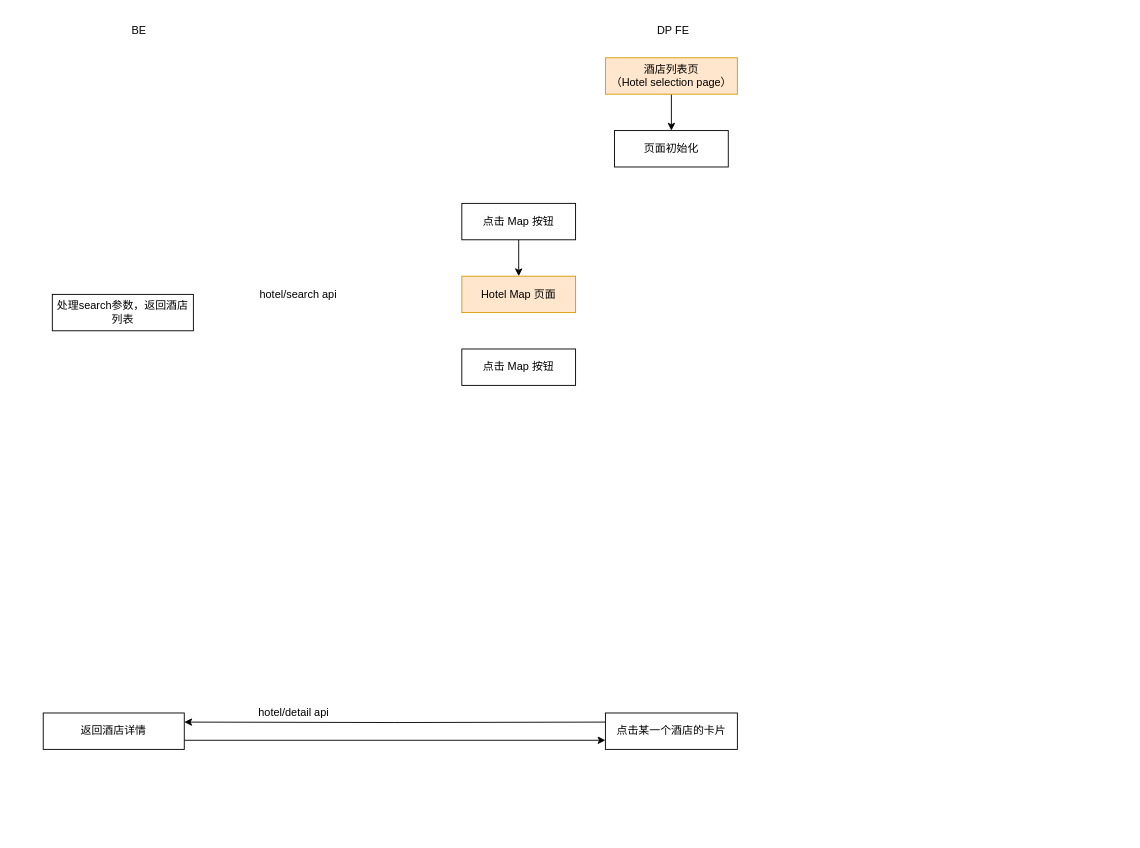
The draw.io diagram page "List" (2 of 5) of page_process/pageProcess.drawio in junhong2021/Hotel-, before the edit. Source tidied: cells renumbered, new cells numbered last; positions are measured from the earlier drawing's top-left corner, leaving out a move shared by most shapes. Both pictures are drawn from the tidied source at 91%, with x=0, y=0 at pixel (43, 21).
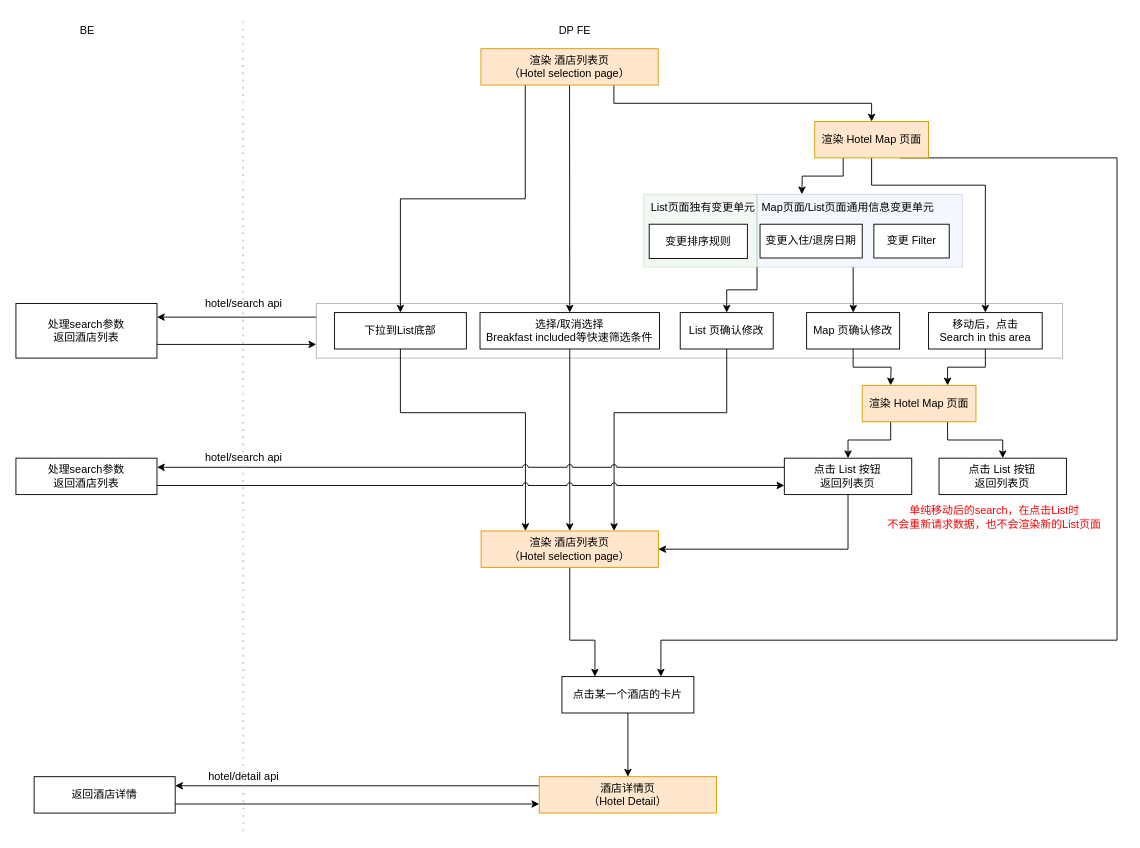
Above is the later version.

Commit message:
Update List Page

Diff of the diagram source:
```diff
@@
-<mxGraphModel>
+<mxGraphModel background="#ffffff">
@@
-    <mxCell id="2" style="edgeStyle=orthogonalEdgeStyle;rounded=0;jettySize=auto;html=1;exitX=0.5;exitY=1;exitDx=0;exitDy=0;entryX=0.5;entryY=0;entryDx=0;entryDy=0;" parent="1" edge="1" source="3" target="13">
-      <mxGeometry relative="1" as="geometry" />
-    </mxCell>
+    <mxCell id="18" style="rounded=0;whiteSpace=wrap;html=1;fillColor=none;opacity=30;" parent="1" vertex="1">
+      <mxGeometry x="300" y="310" width="820" height="60" as="geometry" />
+    </mxCell>
+    <mxCell id="19" style="edgeStyle=orthogonalEdgeStyle;rounded=0;jumpStyle=arc;jettySize=auto;html=1;exitX=0.5;exitY=1;exitDx=0;exitDy=0;entryX=0.5;entryY=0;entryDx=0;entryDy=0;" parent="1" edge="1" source="3" target="31">
+      <mxGeometry relative="1" as="geometry" />
+    </mxCell>
+    <mxCell id="20" style="edgeStyle=orthogonalEdgeStyle;rounded=0;jumpStyle=arc;jettySize=auto;html=1;exitX=0.25;exitY=1;exitDx=0;exitDy=0;entryX=0.5;entryY=0;entryDx=0;entryDy=0;" parent="1" edge="1" source="3" target="35">
+      <mxGeometry relative="1" as="geometry" />
+    </mxCell>
+    <mxCell id="21" style="edgeStyle=orthogonalEdgeStyle;rounded=0;jumpStyle=arc;jettySize=auto;html=1;exitX=0.75;exitY=1;exitDx=0;exitDy=0;entryX=0.5;entryY=0;entryDx=0;entryDy=0;" parent="1" edge="1" source="3" target="16">
+      <mxGeometry relative="1" as="geometry" />
+    </mxCell>
-    <mxCell id="3" value="酒店列表页&lt;br&gt;（Hotel selection page）" style="rounded=0;whiteSpace=wrap;html=1;fillColor=#ffe6cc;strokeColor=#d79b00;" parent="1" vertex="1">
-      <mxGeometry x="617.8" y="40" width="145" height="40" as="geometry" />
+    <mxCell id="3" value="渲染 酒店列表页&lt;br&gt;（Hotel selection page）" style="rounded=0;whiteSpace=wrap;html=1;fillColor=#ffe6cc;strokeColor=#d79b00;" parent="1" vertex="1">
+      <mxGeometry x="481" y="30" width="194.8" height="40" as="geometry" />
     </mxCell>
+    <mxCell id="22" style="edgeStyle=orthogonalEdgeStyle;rounded=0;jumpStyle=arc;jettySize=auto;html=1;exitX=0.5;exitY=1;exitDx=0;exitDy=0;entryX=0.5;entryY=0;entryDx=0;entryDy=0;fontColor=#FF0000;strokeColor=#000000;" parent="1" edge="1" source="4" target="62">
+      <mxGeometry relative="1" as="geometry" />
+    </mxCell>
     <mxCell id="4" value="点击某一个酒店的卡片" style="rounded=0;whiteSpace=wrap;html=1;" parent="1" vertex="1">
-      <mxGeometry x="617.8" y="760" width="145" height="40" as="geometry" />
+      <mxGeometry x="570" y="720" width="145" height="40" as="geometry" />
     </mxCell>
+    <mxCell id="23" style="edgeStyle=orthogonalEdgeStyle;rounded=0;jumpStyle=arc;jettySize=auto;html=1;exitX=1;exitY=0.75;exitDx=0;exitDy=0;entryX=0;entryY=0.75;entryDx=0;entryDy=0;" parent="1" edge="1" source="5" target="18">
+      <mxGeometry relative="1" as="geometry" />
+    </mxCell>
-    <mxCell id="5" value="处理search参数，返回酒店列表" style="rounded=0;whiteSpace=wrap;html=1;" parent="1" vertex="1">
-      <mxGeometry x="10" y="300" width="155" height="40" as="geometry" />
+    <mxCell id="5" value="处理search参数&lt;br&gt;返回酒店列表" style="rounded=0;whiteSpace=wrap;html=1;" parent="1" vertex="1">
+      <mxGeometry x="-30" y="310" width="155" height="60" as="geometry" />
     </mxCell>
     <mxCell id="6" value="hotel/search api" style="text;html=1;align=center;verticalAlign=middle;" parent="1" vertex="1">
-      <mxGeometry x="230" y="290" width="100" height="20" as="geometry" />
+      <mxGeometry x="170" y="300" width="100" height="20" as="geometry" />
     </mxCell>
-    <mxCell id="7" style="edgeStyle=orthogonalEdgeStyle;rounded=0;jettySize=auto;html=1;entryX=1;entryY=0.25;entryDx=0;entryDy=0;exitX=0;exitY=0.25;exitDx=0;exitDy=0;" parent="1" edge="1" target="9">
-      <mxGeometry relative="1" as="geometry">
-        <mxPoint x="617.8" y="770" as="sourcePoint" />
-      </mxGeometry>
-    </mxCell>
-    <mxCell id="8" style="edgeStyle=orthogonalEdgeStyle;rounded=0;jettySize=auto;html=1;exitX=1;exitY=0.75;exitDx=0;exitDy=0;entryX=0;entryY=0.75;entryDx=0;entryDy=0;" parent="1" edge="1" source="9">
-      <mxGeometry relative="1" as="geometry">
-        <mxPoint x="617.8" y="790" as="targetPoint" />
-      </mxGeometry>
-    </mxCell>
+    <mxCell id="24" style="edgeStyle=orthogonalEdgeStyle;rounded=0;jumpStyle=arc;jettySize=auto;html=1;exitX=1;exitY=0.75;exitDx=0;exitDy=0;entryX=0;entryY=0.75;entryDx=0;entryDy=0;fontColor=#FF0000;strokeColor=#000000;" parent="1" edge="1" source="9" target="62">
+      <mxGeometry relative="1" as="geometry" />
+    </mxCell>
     <mxCell id="9" value="返回酒店详情" style="rounded=0;whiteSpace=wrap;html=1;" parent="1" vertex="1">
-      <mxGeometry y="760" width="155" height="40" as="geometry" />
+      <mxGeometry x="-10" y="830" width="155" height="40" as="geometry" />
     </mxCell>
     <mxCell id="10" value="hotel/detail api" style="text;html=1;align=center;verticalAlign=middle;" parent="1" vertex="1">
-      <mxGeometry x="230" y="750" width="90" height="20" as="geometry" />
+      <mxGeometry x="175" y="820" width="90" height="20" as="geometry" />
     </mxCell>
     <mxCell id="11" value="DP FE" style="text;html=1;align=center;verticalAlign=middle;" parent="1" vertex="1">
-      <mxGeometry x="667.3" width="50" height="20" as="geometry" />
+      <mxGeometry x="559.4" width="50" height="20" as="geometry" />
     </mxCell>
     <mxCell id="12" value="BE" style="text;html=1;align=center;verticalAlign=middle;" parent="1" vertex="1">
-      <mxGeometry x="90" width="30" height="20" as="geometry" />
+      <mxGeometry x="32.5" width="30" height="20" as="geometry" />
     </mxCell>
-    <mxCell id="13" value="页面初始化" style="rounded=0;whiteSpace=wrap;html=1;" parent="1" vertex="1">
-      <mxGeometry x="627.8" y="120" width="125" height="40" as="geometry" />
-    </mxCell>
-    <mxCell id="14" style="edgeStyle=orthogonalEdgeStyle;rounded=0;jettySize=auto;html=1;exitX=0.5;exitY=1;exitDx=0;exitDy=0;entryX=0.5;entryY=0;entryDx=0;entryDy=0;strokeColor=#000000;" parent="1" edge="1" source="15" target="16">
-      <mxGeometry relative="1" as="geometry" />
-    </mxCell>
-    <mxCell id="15" value="点击 Map 按钮" style="rounded=0;whiteSpace=wrap;html=1;" parent="1" vertex="1">
-      <mxGeometry x="460" y="200" width="125" height="40" as="geometry" />
-    </mxCell>
+    <mxCell id="25" style="edgeStyle=orthogonalEdgeStyle;rounded=0;jumpStyle=arc;jettySize=auto;html=1;exitX=0.25;exitY=1;exitDx=0;exitDy=0;entryX=0.25;entryY=0;entryDx=0;entryDy=0;" parent="1" edge="1" source="16">
+      <mxGeometry relative="1" as="geometry">
+        <mxPoint x="833.6" y="190" as="targetPoint" />
+      </mxGeometry>
+    </mxCell>
+    <mxCell id="26" style="edgeStyle=orthogonalEdgeStyle;rounded=0;jumpStyle=arc;jettySize=auto;html=1;exitX=0.5;exitY=1;exitDx=0;exitDy=0;entryX=0.5;entryY=0;entryDx=0;entryDy=0;" parent="1" edge="1" source="16" target="33">
+      <mxGeometry relative="1" as="geometry">
+        <Array as="points">
+          <mxPoint x="910" y="180" />
+          <mxPoint x="1035" y="180" />
+        </Array>
+      </mxGeometry>
+    </mxCell>
+    <mxCell id="27" style="edgeStyle=orthogonalEdgeStyle;rounded=0;jumpStyle=arc;jettySize=auto;html=1;exitX=0.75;exitY=1;exitDx=0;exitDy=0;entryX=0.75;entryY=0;entryDx=0;entryDy=0;fontColor=#FF0000;strokeColor=#000000;" parent="1" edge="1" source="16" target="4">
+      <mxGeometry relative="1" as="geometry">
+        <Array as="points">
+          <mxPoint x="1180" y="150" />
+          <mxPoint x="1180" y="680" />
+          <mxPoint x="679" y="680" />
+        </Array>
+      </mxGeometry>
+    </mxCell>
-    <mxCell id="16" value="Hotel Map 页面" style="rounded=0;whiteSpace=wrap;html=1;fillColor=#ffe6cc;strokeColor=#d79b00;" parent="1" vertex="1">
-      <mxGeometry x="460" y="280" width="125" height="40" as="geometry" />
+    <mxCell id="16" value="渲染 Hotel Map 页面" style="rounded=0;whiteSpace=wrap;html=1;fillColor=#ffe6cc;strokeColor=#d79b00;" parent="1" vertex="1">
+      <mxGeometry x="847.8" y="110" width="125" height="40" as="geometry" />
     </mxCell>
-    <mxCell id="17" value="点击 Map 按钮" style="rounded=0;whiteSpace=wrap;html=1;" parent="1" vertex="1">
-      <mxGeometry x="460" y="360" width="125" height="40" as="geometry" />
-    </mxCell>
+    <mxCell id="28" style="edgeStyle=orthogonalEdgeStyle;rounded=0;jumpStyle=arc;jettySize=auto;html=1;exitX=0.5;exitY=1;exitDx=0;exitDy=0;entryX=0.25;entryY=0;entryDx=0;entryDy=0;" parent="1" edge="1" source="29">
+      <mxGeometry relative="1" as="geometry">
+        <mxPoint x="931.2" y="400" as="targetPoint" />
+      </mxGeometry>
+    </mxCell>
+    <mxCell id="29" value="Map 页确认修改" style="rounded=0;whiteSpace=wrap;html=1;" parent="1" vertex="1">
+      <mxGeometry x="838.9" y="320" width="102.2" height="40" as="geometry" />
+    </mxCell>
+    <mxCell id="30" style="edgeStyle=orthogonalEdgeStyle;rounded=0;jumpStyle=arc;jettySize=auto;html=1;exitX=0.5;exitY=1;exitDx=0;exitDy=0;entryX=0.5;entryY=0;entryDx=0;entryDy=0;" parent="1" edge="1" source="31" target="52">
+      <mxGeometry relative="1" as="geometry" />
+    </mxCell>
+    <mxCell id="31" value="选择/取消选择 &lt;br&gt;Breakfast included等快速筛选条件" style="rounded=0;whiteSpace=wrap;html=1;" parent="1" vertex="1">
+      <mxGeometry x="480" y="320" width="197.2" height="40" as="geometry" />
+    </mxCell>
+    <mxCell id="32" style="edgeStyle=orthogonalEdgeStyle;rounded=0;jumpStyle=arc;jettySize=auto;html=1;exitX=0.5;exitY=1;exitDx=0;exitDy=0;entryX=0.75;entryY=0;entryDx=0;entryDy=0;" parent="1" edge="1" source="33" target="58">
+      <mxGeometry relative="1" as="geometry" />
+    </mxCell>
+    <mxCell id="33" value="移动后，点击&lt;br&gt;Search in this area" style="rounded=0;whiteSpace=wrap;html=1;" parent="1" vertex="1">
+      <mxGeometry x="972.8" y="320" width="125" height="40" as="geometry" />
+    </mxCell>
+    <mxCell id="34" style="edgeStyle=orthogonalEdgeStyle;rounded=0;jumpStyle=arc;jettySize=auto;html=1;exitX=0.5;exitY=1;exitDx=0;exitDy=0;entryX=0.25;entryY=0;entryDx=0;entryDy=0;" parent="1" edge="1" source="35" target="52">
+      <mxGeometry relative="1" as="geometry">
+        <Array as="points">
+          <mxPoint x="393" y="430" />
+          <mxPoint x="530" y="430" />
+        </Array>
+      </mxGeometry>
+    </mxCell>
+    <mxCell id="35" value="下拉到List底部" style="rounded=0;whiteSpace=wrap;html=1;" parent="1" vertex="1">
+      <mxGeometry x="320" y="320" width="145" height="40" as="geometry" />
+    </mxCell>
+    <mxCell id="36" style="edgeStyle=orthogonalEdgeStyle;rounded=0;jumpStyle=arc;jettySize=auto;html=1;exitX=0.5;exitY=1;exitDx=0;exitDy=0;entryX=1;entryY=0.5;entryDx=0;entryDy=0;fontColor=#FF0000;" parent="1" edge="1" source="37" target="52">
+      <mxGeometry relative="1" as="geometry" />
+    </mxCell>
+    <mxCell id="37" value="点击 List 按钮&lt;br&gt;返回列表页" style="rounded=0;whiteSpace=wrap;html=1;" parent="1" vertex="1">
+      <mxGeometry x="814.4" y="480" width="140" height="40" as="geometry" />
+    </mxCell>
+    <mxCell id="38" value="处理search参数&lt;br&gt;返回酒店列表" style="rounded=0;whiteSpace=wrap;html=1;" parent="1" vertex="1">
+      <mxGeometry x="-30" y="480" width="155" height="40" as="geometry" />
+    </mxCell>
+    <mxCell id="39" value="hotel/search api" style="text;html=1;align=center;verticalAlign=middle;" parent="1" vertex="1">
+      <mxGeometry x="170" y="470" width="100" height="20" as="geometry" />
+    </mxCell>
+    <mxCell id="40" style="edgeStyle=orthogonalEdgeStyle;rounded=0;jumpStyle=arc;jettySize=auto;html=1;exitX=0.5;exitY=1;exitDx=0;exitDy=0;entryX=0.75;entryY=0;entryDx=0;entryDy=0;" parent="1" edge="1" source="41" target="52">
+      <mxGeometry relative="1" as="geometry">
+        <Array as="points">
+          <mxPoint x="751" y="430" />
+          <mxPoint x="627" y="430" />
+        </Array>
+      </mxGeometry>
+    </mxCell>
+    <mxCell id="41" value="List 页确认修改" style="rounded=0;whiteSpace=wrap;html=1;" parent="1" vertex="1">
+      <mxGeometry x="700" y="320" width="102.2" height="40" as="geometry" />
+    </mxCell>
+    <mxCell id="42" style="edgeStyle=orthogonalEdgeStyle;rounded=0;jumpStyle=arc;jettySize=auto;html=1;exitX=0.5;exitY=1;exitDx=0;exitDy=0;entryX=0.5;entryY=0;entryDx=0;entryDy=0;" parent="1" edge="1" target="29">
+      <mxGeometry relative="1" as="geometry">
+        <mxPoint x="890" y="270" as="sourcePoint" />
+      </mxGeometry>
+    </mxCell>
+    <mxCell id="43" style="edgeStyle=orthogonalEdgeStyle;rounded=0;jumpStyle=arc;jettySize=auto;html=1;exitX=1;exitY=1;exitDx=0;exitDy=0;entryX=0.5;entryY=0;entryDx=0;entryDy=0;" parent="1" edge="1" source="44" target="41">
+      <mxGeometry relative="1" as="geometry" />
+    </mxCell>
+    <mxCell id="44" style="rounded=0;whiteSpace=wrap;html=1;fillColor=#d5e8d4;strokeColor=#82b366;opacity=30;" parent="1" vertex="1">
+      <mxGeometry x="660" y="190" width="124.4" height="80" as="geometry" />
+    </mxCell>
+    <mxCell id="45" style="rounded=0;whiteSpace=wrap;html=1;fillColor=#dae8fc;strokeColor=#6c8ebf;opacity=30;" parent="1" vertex="1">
+      <mxGeometry x="784.4" y="190" width="225.6" height="80" as="geometry" />
+    </mxCell>
+    <mxCell id="46" value="变更入住/退房日期" style="rounded=0;whiteSpace=wrap;html=1;" parent="1" vertex="1">
+      <mxGeometry x="787.7" y="222.9" width="112.3" height="37.1" as="geometry" />
+    </mxCell>
+    <mxCell id="47" value="变更排序规则" style="rounded=0;whiteSpace=wrap;html=1;" parent="1" vertex="1">
+      <mxGeometry x="665.9" y="222.9" width="107.9" height="37.6" as="geometry" />
+    </mxCell>
+    <mxCell id="48" value="变更 Filter" style="rounded=0;whiteSpace=wrap;html=1;" parent="1" vertex="1">
+      <mxGeometry x="912.8" y="222.9" width="82.8" height="37.1" as="geometry" />
+    </mxCell>
+    <mxCell id="49" value="Map页面/List页面通用信息变更单元" style="text;html=1;align=center;verticalAlign=middle;" parent="1" vertex="1">
+      <mxGeometry x="784.4" y="194.7" width="200" height="20" as="geometry" />
+    </mxCell>
+    <mxCell id="50" value="&lt;span style=&quot;color: rgb(0 , 0 , 0) ; font-family: &amp;#34;helvetica&amp;#34; ; font-size: 12px ; font-style: normal ; font-weight: 400 ; letter-spacing: normal ; text-align: center ; text-indent: 0px ; text-transform: none ; word-spacing: 0px ; background-color: rgb(248 , 249 , 250) ; display: inline ; float: none&quot;&gt;List页面独有变更单元&lt;/span&gt;" style="text;whiteSpace=wrap;html=1;" parent="1" vertex="1">
+      <mxGeometry x="665.9" y="190.6" width="186" height="28.2" as="geometry" />
+    </mxCell>
+    <mxCell id="51" style="edgeStyle=orthogonalEdgeStyle;rounded=0;jumpStyle=arc;jettySize=auto;html=1;exitX=0.5;exitY=1;exitDx=0;exitDy=0;entryX=0.25;entryY=0;entryDx=0;entryDy=0;fontColor=#FF0000;strokeColor=#000000;" parent="1" edge="1" source="52" target="4">
+      <mxGeometry relative="1" as="geometry">
+        <Array as="points">
+          <mxPoint x="579" y="680" />
+          <mxPoint x="606" y="680" />
+        </Array>
+      </mxGeometry>
+    </mxCell>
+    <mxCell id="52" value="渲染 酒店列表页&lt;br&gt;（Hotel selection page）" style="rounded=0;whiteSpace=wrap;html=1;fillColor=#ffe6cc;strokeColor=#d79b00;" parent="1" vertex="1">
+      <mxGeometry x="481.2" y="560" width="194.8" height="40" as="geometry" />
+    </mxCell>
+    <mxCell id="53" style="edgeStyle=orthogonalEdgeStyle;rounded=0;jumpStyle=arc;jettySize=auto;html=1;exitX=0;exitY=0.25;exitDx=0;exitDy=0;entryX=1;entryY=0.25;entryDx=0;entryDy=0;" parent="1" edge="1" source="18" target="5">
+      <mxGeometry relative="1" as="geometry" />
+    </mxCell>
+    <mxCell id="54" style="edgeStyle=orthogonalEdgeStyle;rounded=0;jumpStyle=arc;jettySize=auto;html=1;exitX=0;exitY=0.25;exitDx=0;exitDy=0;entryX=1;entryY=0.25;entryDx=0;entryDy=0;" parent="1" edge="1" source="37" target="38">
+      <mxGeometry relative="1" as="geometry" />
+    </mxCell>
+    <mxCell id="55" style="edgeStyle=orthogonalEdgeStyle;rounded=0;jumpStyle=arc;jettySize=auto;html=1;exitX=1;exitY=0.75;exitDx=0;exitDy=0;entryX=0;entryY=0.75;entryDx=0;entryDy=0;" parent="1" edge="1" source="38" target="37">
+      <mxGeometry relative="1" as="geometry" />
+    </mxCell>
+    <mxCell id="56" style="edgeStyle=orthogonalEdgeStyle;rounded=0;jumpStyle=arc;jettySize=auto;html=1;exitX=0.25;exitY=1;exitDx=0;exitDy=0;entryX=0.5;entryY=0;entryDx=0;entryDy=0;" parent="1" edge="1" source="58" target="37">
+      <mxGeometry relative="1" as="geometry" />
+    </mxCell>
+    <mxCell id="57" style="edgeStyle=orthogonalEdgeStyle;rounded=0;jumpStyle=arc;jettySize=auto;html=1;exitX=0.75;exitY=1;exitDx=0;exitDy=0;entryX=0.5;entryY=0;entryDx=0;entryDy=0;fontColor=#FF0000;strokeColor=#000000;" parent="1" edge="1" source="58" target="60">
+      <mxGeometry relative="1" as="geometry" />
+    </mxCell>
+    <mxCell id="58" value="渲染 Hotel Map 页面" style="rounded=0;whiteSpace=wrap;html=1;fillColor=#ffe6cc;strokeColor=#d79b00;" parent="1" vertex="1">
+      <mxGeometry x="900" y="400" width="125" height="40" as="geometry" />
+    </mxCell>
+    <mxCell id="59" value="单纯移动后的search，在点击List时&lt;br&gt;不会重新请求数据，也不会渲染新的List页面" style="text;html=1;align=center;verticalAlign=middle;strokeColor=none;fontColor=#FF0000;" parent="1" vertex="1">
+      <mxGeometry x="920" y="530" width="250" height="30" as="geometry" />
+    </mxCell>
+    <mxCell id="60" value="点击 List 按钮&lt;br&gt;返回列表页" style="rounded=0;whiteSpace=wrap;html=1;" parent="1" vertex="1">
+      <mxGeometry x="984.4" y="480" width="140" height="40" as="geometry" />
+    </mxCell>
+    <mxCell id="61" style="edgeStyle=orthogonalEdgeStyle;rounded=0;jumpStyle=arc;jettySize=auto;html=1;exitX=0;exitY=0.25;exitDx=0;exitDy=0;entryX=1;entryY=0.25;entryDx=0;entryDy=0;fontColor=#FF0000;strokeColor=#000000;" parent="1" edge="1" source="62" target="9">
+      <mxGeometry relative="1" as="geometry" />
+    </mxCell>
+    <mxCell id="62" value="酒店详情页&lt;br&gt;（Hotel Detail）" style="rounded=0;whiteSpace=wrap;html=1;fillColor=#ffe6cc;strokeColor=#d79b00;" parent="1" vertex="1">
+      <mxGeometry x="545.1" y="830" width="194.8" height="40" as="geometry" />
+    </mxCell>
+    <mxCell id="63" style="endArrow=none;dashed=1;html=1;dashPattern=1 3;strokeWidth=2;strokeColor=#CCCCCC;" parent="1" edge="1">
+      <mxGeometry relative="1" as="geometry">
+        <mxPoint x="220" y="890" as="sourcePoint" />
+        <mxPoint x="219.5" y="-5" as="targetPoint" />
+      </mxGeometry>
+    </mxCell>
```
